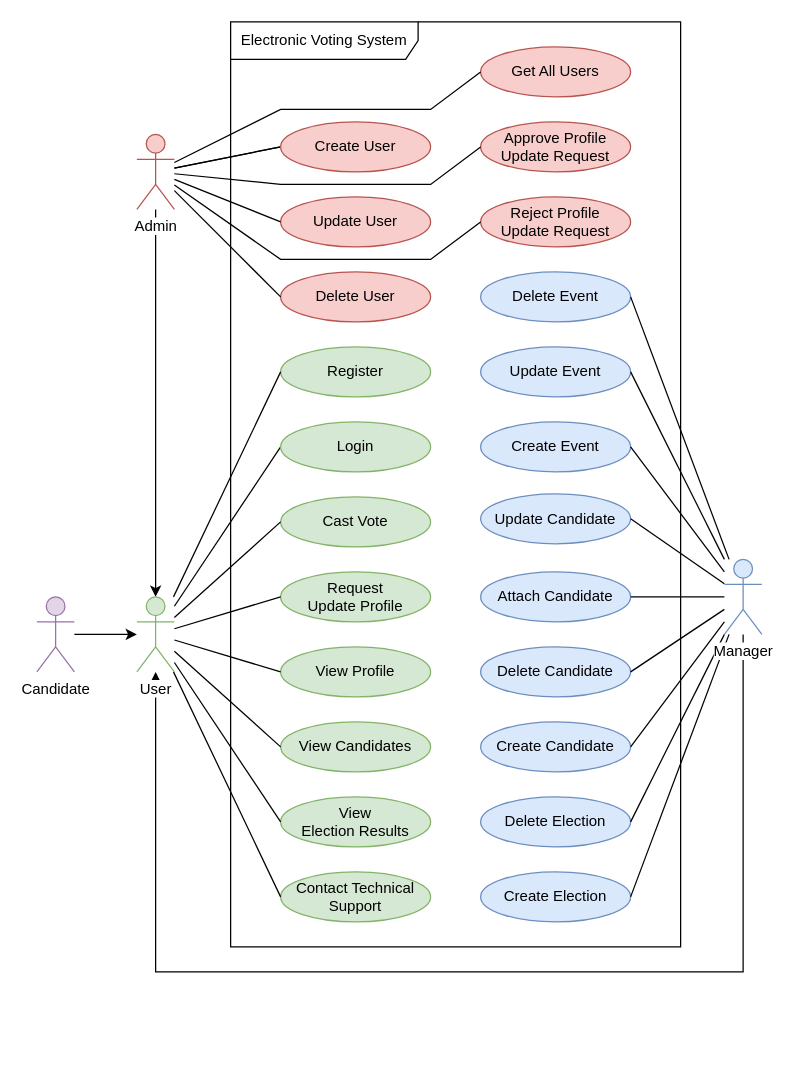
Before: etc/UMLs/Use_Case_Diagram.drawio in IlyaShelestov/Electronic-Voting-System, a draw.io diagram. Source tidied: cells renumbered, new cells numbered last; positions are measured from the earlier drawing's top-left corner, leaving out a move shared by most shapes. Both pictures are drawn from the tidied source at 125%, with x=0, y=0 at pixel (36, 21).
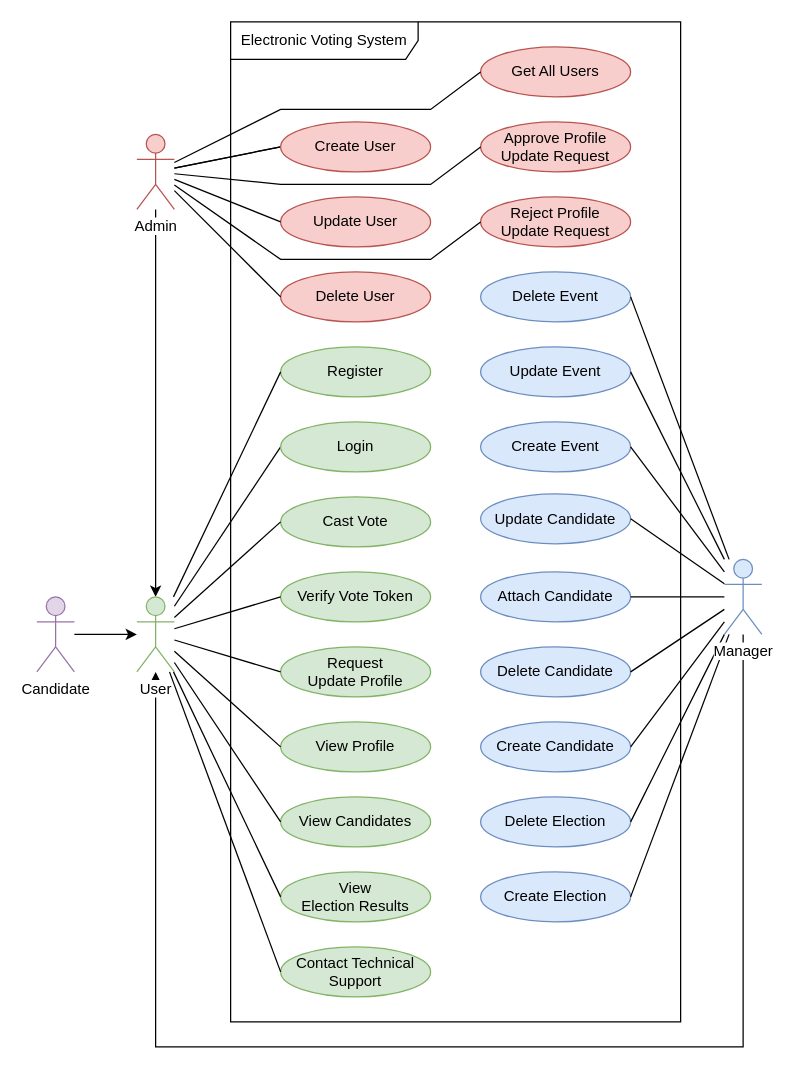
Above is the later version.

The change refers to these unchanged cells:
```xml
<mxCell id="53" value="&lt;span style=&quot;background-color: light-dark(#ffffff, var(--ge-dark-color, #121212));&quot;&gt;Manager&lt;/span&gt;" style="shape=umlActor;verticalLabelPosition=bottom;verticalAlign=top;html=1;outlineConnect=0;fillColor=#dae8fc;strokeColor=#6c8ebf;" parent="1" vertex="1">
  <mxGeometry x="550" y="430" width="30" height="60" as="geometry" />
</mxCell>
<mxCell id="54" value="&lt;span style=&quot;background-color: light-dark(#ffffff, var(--ge-dark-color, #121212));&quot;&gt;User&lt;/span&gt;" style="shape=umlActor;verticalLabelPosition=bottom;verticalAlign=top;html=1;outlineConnect=0;fillColor=#d5e8d4;strokeColor=#82b366;" parent="1" vertex="1">
  <mxGeometry x="80" y="460" width="30" height="60" as="geometry" />
</mxCell>
```

What changed in the source:
```diff
@@
     <mxCell id="4" style="edgeStyle=orthogonalEdgeStyle;rounded=0;jettySize=auto;html=1;" parent="1" edge="1" source="53" target="54">
       <mxGeometry relative="1" as="geometry">
         <Array as="points">
-          <mxPoint x="565" y="760" />
-          <mxPoint x="95" y="760" />
+          <mxPoint x="565" y="820" />
+          <mxPoint x="95" y="820" />
         </Array>
       </mxGeometry>
     </mxCell>
     <mxCell id="5" value="Electronic Voting System" style="shape=umlFrame;whiteSpace=wrap;html=1;width=150;height=30;" parent="1" vertex="1">
-      <mxGeometry x="155" width="360" height="740" as="geometry" />
+      <mxGeometry x="155" width="360" height="800" as="geometry" />
     </mxCell>
@@
     <mxCell id="9" value="View Profile" style="ellipse;html=1;whiteSpace=wrap;fillColor=#d5e8d4;strokeColor=#82b366;gradientColor=none;" parent="1" vertex="1">
-      <mxGeometry x="195" y="500" width="120" height="40" as="geometry" />
+      <mxGeometry x="195" y="560" width="120" height="40" as="geometry" />
     </mxCell>
     <mxCell id="10" value="View Candidates" style="ellipse;html=1;whiteSpace=wrap;fillColor=#d5e8d4;strokeColor=#82b366;gradientColor=none;" parent="1" vertex="1">
-      <mxGeometry x="195" y="560" width="120" height="40" as="geometry" />
+      <mxGeometry x="195" y="620" width="120" height="40" as="geometry" />
     </mxCell>
     <mxCell id="11" value="View &lt;br&gt;Election Results" style="ellipse;html=1;whiteSpace=wrap;fillColor=#d5e8d4;strokeColor=#82b366;gradientColor=none;" parent="1" vertex="1">
-      <mxGeometry x="195" y="620" width="120" height="40" as="geometry" />
+      <mxGeometry x="195" y="680" width="120" height="40" as="geometry" />
     </mxCell>
     <mxCell id="12" value="Contact Technical Support" style="ellipse;html=1;whiteSpace=wrap;fillColor=#d5e8d4;strokeColor=#82b366;gradientColor=none;" parent="1" vertex="1">
-      <mxGeometry x="195" y="680" width="120" height="40" as="geometry" />
+      <mxGeometry x="195" y="740" width="120" height="40" as="geometry" />
     </mxCell>
@@
     <mxCell id="23" value="Request&lt;br&gt;Update Profile" style="ellipse;html=1;whiteSpace=wrap;fillColor=#d5e8d4;strokeColor=#82b366;gradientColor=none;" parent="1" vertex="1">
-      <mxGeometry x="195" y="440" width="120" height="40" as="geometry" />
+      <mxGeometry x="195" y="500" width="120" height="40" as="geometry" />
     </mxCell>
@@
+    <mxCell id="57" value="Verify Vote Token" style="ellipse;html=1;whiteSpace=wrap;fillColor=#d5e8d4;strokeColor=#82b366;gradientColor=none;" parent="1" vertex="1">
+      <mxGeometry x="195" y="440" width="120" height="40" as="geometry" />
+    </mxCell>
+    <mxCell id="58" style="rounded=0;jettySize=auto;html=1;entryX=0;entryY=0.5;entryDx=0;entryDy=0;endArrow=none;startFill=0;jumpStyle=none;" parent="1" edge="1" source="54" target="57">
+      <mxGeometry relative="1" as="geometry" />
+    </mxCell>
```
